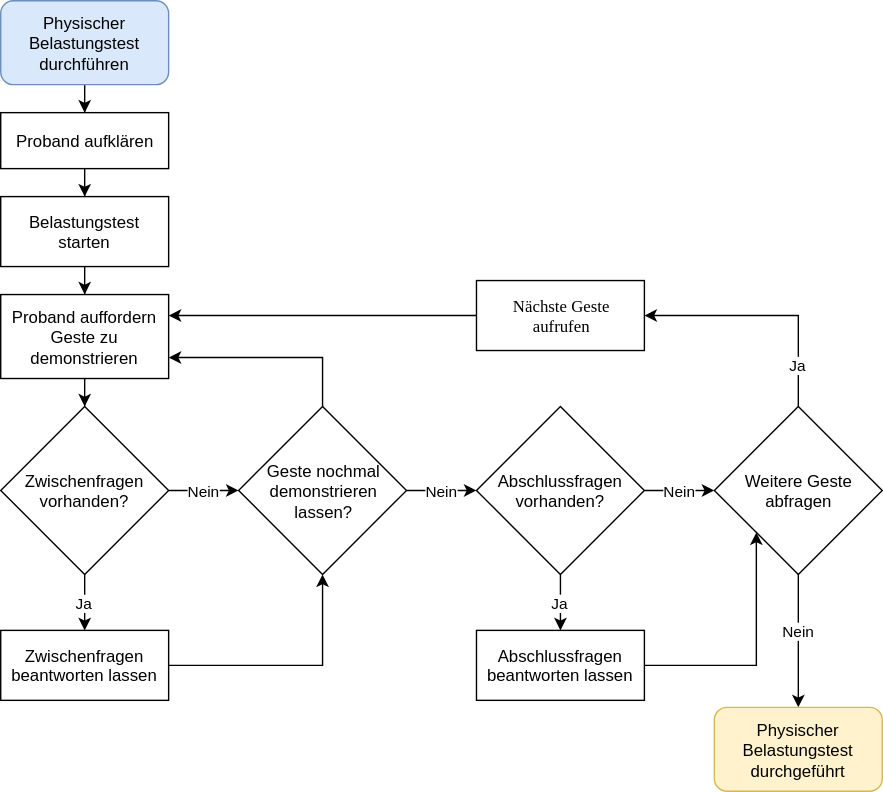
Above: img/de/introduction/study-preview/physical-stress-test.svg in danielkuenkel/gesturenote (draw.io), before the change. Source tidied: cells renumbered, new cells last; positions are measured from the earlier drawing's top-left corner, leaving out a move shared by most shapes.
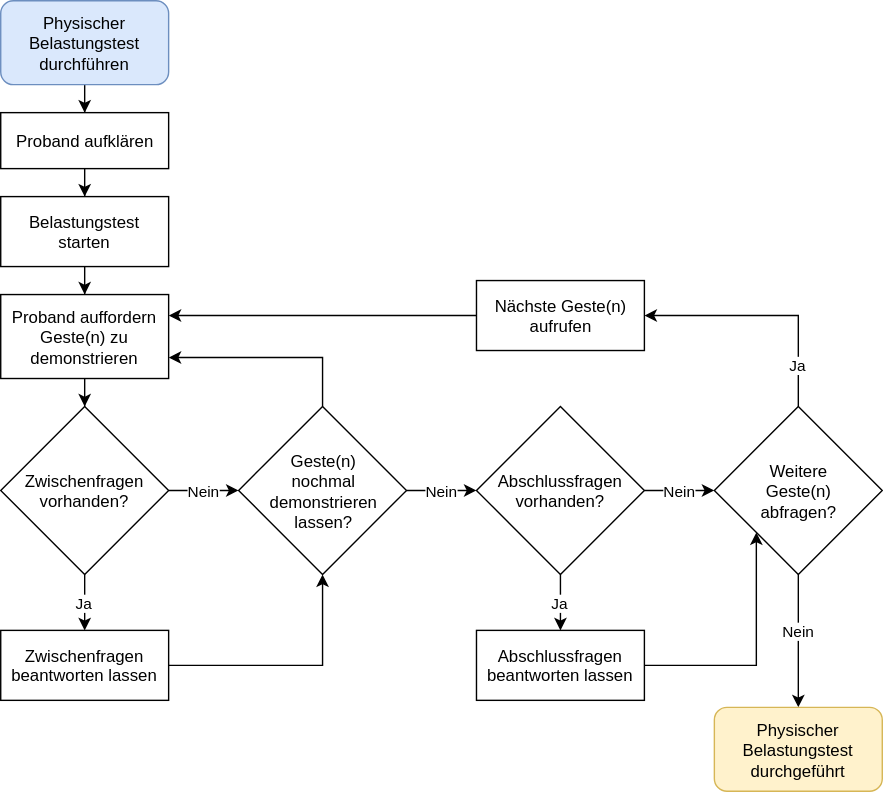
After the commit.

The edit, as a diff of the source:
```diff
@@ -23,7 +23,7 @@
     <mxCell id="8" style="edgeStyle=orthogonalEdgeStyle;rounded=0;comic=0;html=1;entryX=0.5;entryY=0;shadow=0;jettySize=auto;" parent="1" edge="1" source="9" target="12">
       <mxGeometry relative="1" as="geometry" />
     </mxCell>
-    <mxCell id="9" value="Proband auffordern Geste zu demonstrieren" style="rounded=0;whiteSpace=wrap;html=1;" parent="1" vertex="1">
+    <mxCell id="9" value="Proband auffordern Geste(n) zu demonstrieren" style="rounded=0;whiteSpace=wrap;html=1;" parent="1" vertex="1">
       <mxGeometry y="210" width="120" height="60" as="geometry" />
     </mxCell>
     <mxCell id="10" value="Ja" style="edgeStyle=orthogonalEdgeStyle;rounded=0;comic=0;html=1;entryX=0.5;entryY=0;shadow=0;jettySize=auto;" parent="1" edge="1" source="12" target="14">
@@ -47,7 +47,7 @@
     <mxCell id="16" style="edgeStyle=orthogonalEdgeStyle;rounded=0;comic=0;html=1;exitX=0.5;exitY=0;entryX=1;entryY=0.75;shadow=0;jettySize=auto;" parent="1" edge="1" source="17" target="9">
       <mxGeometry relative="1" as="geometry" />
     </mxCell>
-    <mxCell id="17" value="Geste nochmal&lt;div&gt;demonstrieren&lt;/div&gt;&lt;div&gt;lassen?&lt;/div&gt;" style="rhombus;whiteSpace=wrap;html=1;" parent="1" vertex="1">
+    <mxCell id="17" value="Geste(n) &lt;br&gt;nochmal&lt;div&gt;demonstrieren&lt;/div&gt;&lt;div&gt;lassen?&lt;/div&gt;" style="rhombus;whiteSpace=wrap;html=1;" parent="1" vertex="1">
       <mxGeometry x="170" y="290" width="120" height="120" as="geometry" />
     </mxCell>
     <mxCell id="18" value="Ja" style="edgeStyle=orthogonalEdgeStyle;rounded=0;comic=0;html=1;exitX=0.5;exitY=0;entryX=1;entryY=0.5;shadow=0;jettySize=auto;" parent="1" edge="1" source="20" target="28">
@@ -60,7 +60,7 @@
     <mxCell id="19" value="Nein" style="edgeStyle=orthogonalEdgeStyle;rounded=0;comic=0;html=1;entryX=0.5;entryY=0;shadow=0;jettySize=auto;" parent="1" edge="1" source="20" target="26">
       <mxGeometry x="-0.16" relative="1" as="geometry" />
     </mxCell>
-    <mxCell id="20" value="Weitere Geste&lt;div&gt;abfragen&lt;/div&gt;" style="rhombus;whiteSpace=wrap;html=1;" parent="1" vertex="1">
+    <mxCell id="20" value="Weitere &lt;br&gt;Geste(n)&lt;div&gt;abfragen?&lt;/div&gt;" style="rhombus;whiteSpace=wrap;html=1;" parent="1" vertex="1">
       <mxGeometry x="510" y="290" width="120" height="120" as="geometry" />
     </mxCell>
     <mxCell id="21" style="edgeStyle=orthogonalEdgeStyle;rounded=0;comic=0;html=1;entryX=0;entryY=1;shadow=0;jettySize=auto;" parent="1" edge="1" source="22" target="20">
@@ -84,7 +84,7 @@
     <mxCell id="27" style="edgeStyle=orthogonalEdgeStyle;rounded=0;comic=0;html=1;exitX=0;exitY=0.5;entryX=1;entryY=0.25;shadow=0;jettySize=auto;" parent="1" edge="1" source="28" target="9">
       <mxGeometry relative="1" as="geometry" />
     </mxCell>
-    <mxCell id="28" value="Nächste Geste&lt;div&gt;aufrufen&lt;/div&gt;" style="rounded=1;whiteSpace=wrap;html=1;shadow=0;labelBackgroundColor=none;strokeColor=#000000;strokeWidth=1;fillColor=#ffffff;fontFamily=Verdana;fontSize=12;fontColor=#000000;align=center;arcSize=0;" parent="1" vertex="1">
+    <mxCell id="28" value="&lt;font face=&quot;Helvetica&quot;&gt;Nächste Geste(n)&lt;/font&gt;&lt;div&gt;&lt;font face=&quot;Helvetica&quot;&gt;aufrufen&lt;/font&gt;&lt;/div&gt;" style="rounded=1;whiteSpace=wrap;html=1;shadow=0;labelBackgroundColor=none;strokeColor=#000000;strokeWidth=1;fillColor=#ffffff;fontFamily=Verdana;fontSize=12;fontColor=#000000;align=center;arcSize=0;" parent="1" vertex="1">
       <mxGeometry x="340" y="200" width="120" height="50" as="geometry" />
     </mxCell>
   </root>
```
